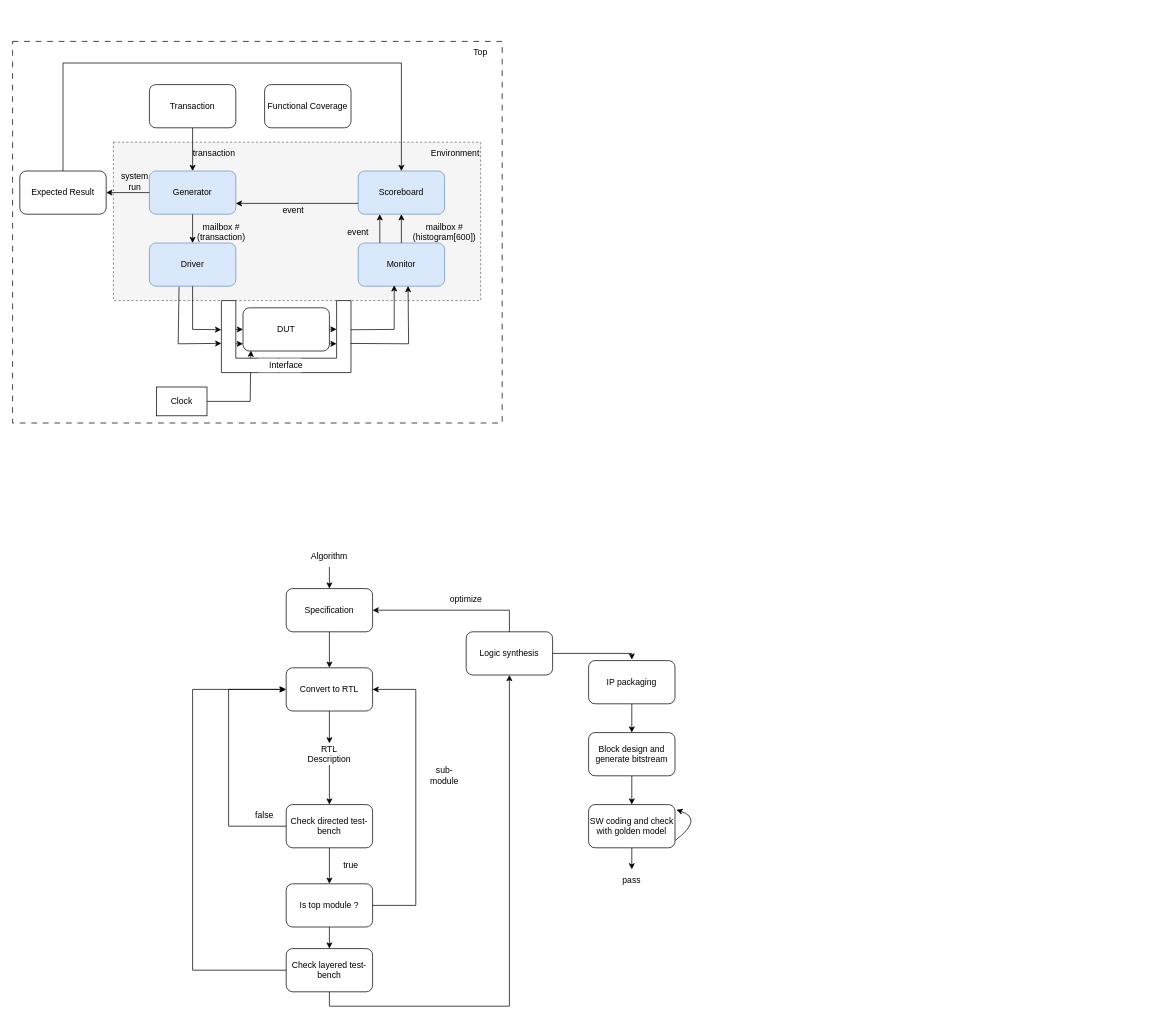
This is report/drawio/designflow.drawio from Hieuueihm/Thesis, a draw.io file, before an edit. Source tidied: cells renumbered, new cells numbered last; positions are measured from the earlier drawing's top-left corner, leaving out a move shared by most shapes. Both pictures are drawn from the tidied source at 72%, with x=0, y=0 at pixel (12, 41).
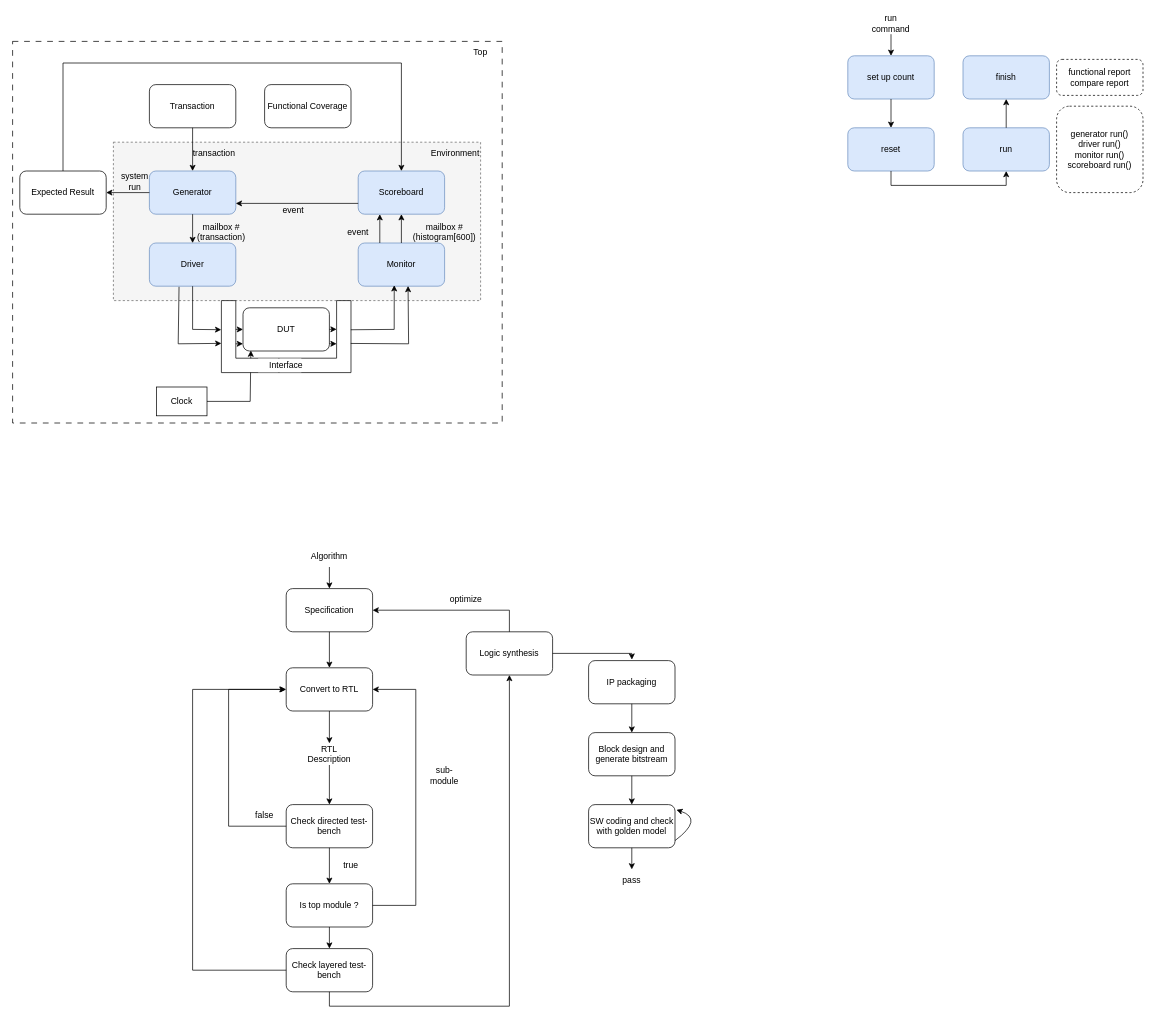
Above is the later version.

What changed in the source:
```diff
@@
+    <mxCell id="73" value="set up count" style="rounded=1;whiteSpace=wrap;html=1;fillColor=#dae8fc;strokeColor=#6c8ebf;" parent="1" vertex="1">
+      <mxGeometry x="1160" y="20" width="120" height="60" as="geometry" />
+    </mxCell>
+    <mxCell id="74" style="endArrow=classic;html=1;rounded=0;entryX=0.5;entryY=0;entryDx=0;entryDy=0;" parent="1" edge="1" target="73">
+      <mxGeometry relative="1" as="geometry">
+        <mxPoint x="1220" y="-10" as="sourcePoint" />
+      </mxGeometry>
+    </mxCell>
+    <mxCell id="75" value="run command" style="text;html=1;align=center;verticalAlign=middle;whiteSpace=wrap;rounded=0;" parent="1" vertex="1">
+      <mxGeometry x="1190" y="-40" width="60" height="30" as="geometry" />
+    </mxCell>
+    <mxCell id="76" value="reset" style="rounded=1;whiteSpace=wrap;html=1;fillColor=#dae8fc;strokeColor=#6c8ebf;" parent="1" vertex="1">
+      <mxGeometry x="1160" y="120" width="120" height="60" as="geometry" />
+    </mxCell>
+    <mxCell id="77" style="endArrow=classic;html=1;rounded=0;exitX=0.5;exitY=1;exitDx=0;exitDy=0;entryX=0.5;entryY=0;entryDx=0;entryDy=0;" parent="1" edge="1" source="73" target="76">
+      <mxGeometry relative="1" as="geometry" />
+    </mxCell>
+    <mxCell id="78" value="generator run()&lt;div&gt;driver run()&lt;/div&gt;&lt;div&gt;monitor run()&lt;/div&gt;&lt;div&gt;scoreboard run()&lt;/div&gt;" style="rounded=1;whiteSpace=wrap;html=1;dashed=1;" parent="1" vertex="1">
+      <mxGeometry x="1450" y="90" width="120" height="120" as="geometry" />
+    </mxCell>
+    <mxCell id="79" style="endArrow=classic;html=1;rounded=0;exitX=0.5;exitY=1;exitDx=0;exitDy=0;entryX=0.5;entryY=1;entryDx=0;entryDy=0;" parent="1" edge="1" source="76" target="80">
+      <mxGeometry relative="1" as="geometry">
+        <Array as="points">
+          <mxPoint x="1220" y="200" />
+          <mxPoint x="1380" y="200" />
+        </Array>
+      </mxGeometry>
+    </mxCell>
+    <mxCell id="80" value="run" style="rounded=1;whiteSpace=wrap;html=1;fillColor=#dae8fc;strokeColor=#6c8ebf;" parent="1" vertex="1">
+      <mxGeometry x="1320" y="120" width="120" height="60" as="geometry" />
+    </mxCell>
+    <mxCell id="81" value="finish" style="rounded=1;whiteSpace=wrap;html=1;fillColor=#dae8fc;strokeColor=#6c8ebf;" parent="1" vertex="1">
+      <mxGeometry x="1320" y="20" width="120" height="60" as="geometry" />
+    </mxCell>
+    <mxCell id="82" style="endArrow=classic;html=1;rounded=0;exitX=0.5;exitY=0;exitDx=0;exitDy=0;entryX=0.5;entryY=1;entryDx=0;entryDy=0;" parent="1" edge="1" source="80" target="81">
+      <mxGeometry relative="1" as="geometry" />
+    </mxCell>
+    <mxCell id="83" value="functional report&lt;div&gt;compare report&lt;/div&gt;" style="rounded=1;whiteSpace=wrap;html=1;dashed=1;" parent="1" vertex="1">
+      <mxGeometry x="1450" y="25" width="120" height="50" as="geometry" />
+    </mxCell>
```
